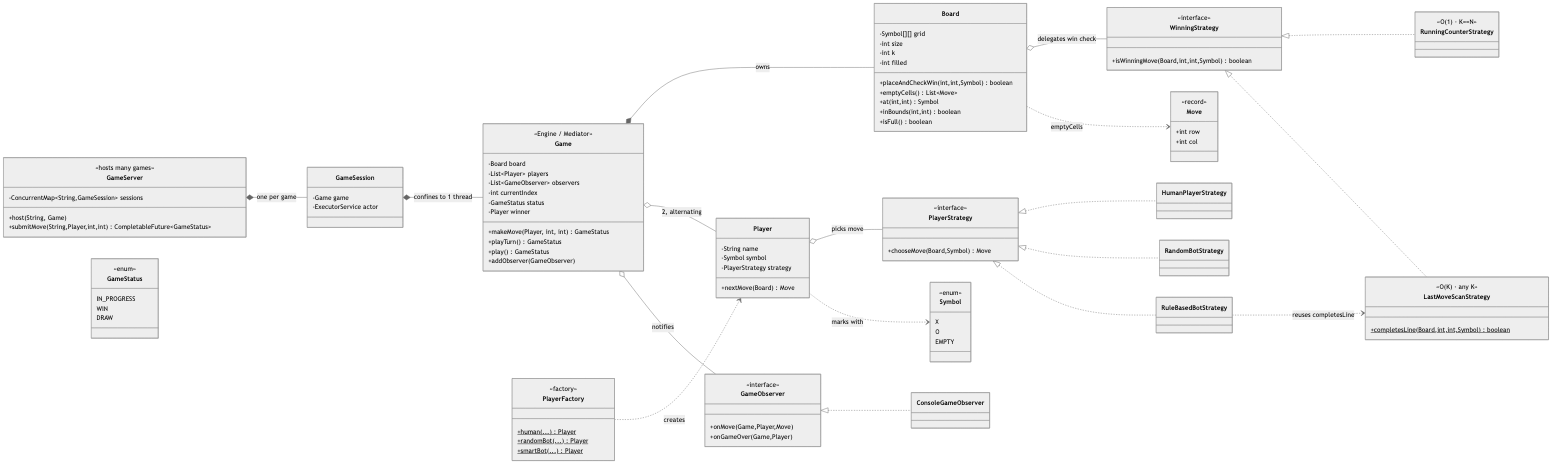
Earlier version of the Mermaid export src/MachineCoding_LLD/LLD_Interview_Problems/_03_Easy_TicTacToe/assets/class-diagram.png (AlvinBAnerjee/Interview_and_Competitive_Programming). Its source is kept beside it as src/MachineCoding_LLD/LLD_Interview_Problems/_03_Easy_TicTacToe/assets/class-diagram.mmd. The source it was exported from:
```mermaid
%%{init: {'theme':'neutral', 'themeVariables': {'fontSize':'15px'}, 'flowchart': {'curve':'basis'}}}%%
classDiagram
    direction LR

    class Game {
        <<Engine / Mediator>>
        -Board board
        -List~Player~ players
        -List~GameObserver~ observers
        -int currentIndex
        -GameStatus status
        -Player winner
        +makeMove(Player, int, int) GameStatus
        +playTurn() GameStatus
        +play() GameStatus
        +addObserver(GameObserver)
    }

    class Board {
        -Symbol[][] grid
        -int size
        -int k
        -int filled
        +placeAndCheckWin(int,int,Symbol) boolean
        +emptyCells() List~Move~
        +at(int,int) Symbol
        +inBounds(int,int) boolean
        +isFull() boolean
    }

    class WinningStrategy {
        <<interface>>
        +isWinningMove(Board,int,int,Symbol) boolean
    }
    class RunningCounterStrategy {
        <<O(1) · K==N>>
    }
    class LastMoveScanStrategy {
        <<O(K) · any K>>
        +completesLine(Board,int,int,Symbol)$ boolean
    }

    class Player {
        -String name
        -Symbol symbol
        -PlayerStrategy strategy
        +nextMove(Board) Move
    }
    class PlayerStrategy {
        <<interface>>
        +chooseMove(Board,Symbol) Move
    }
    class HumanPlayerStrategy
    class RandomBotStrategy
    class RuleBasedBotStrategy

    class GameObserver {
        <<interface>>
        +onMove(Game,Player,Move)
        +onGameOver(Game,Player)
    }
    class ConsoleGameObserver

    class PlayerFactory {
        <<factory>>
        +human(...)$ Player
        +randomBot(...)$ Player
        +smartBot(...)$ Player
    }

    class GameServer {
        <<hosts many games>>
        -ConcurrentMap~String,GameSession~ sessions
        +host(String, Game)
        +submitMove(String,Player,int,int) CompletableFuture~GameStatus~
    }
    class GameSession {
        -Game game
        -ExecutorService actor
    }

    class Move {
        <<record>>
        +int row
        +int col
    }
    class Symbol {
        <<enum>>
        X
        O
        EMPTY
    }
    class GameStatus {
        <<enum>>
        IN_PROGRESS
        WIN
        DRAW
    }

    WinningStrategy <|.. RunningCounterStrategy
    WinningStrategy <|.. LastMoveScanStrategy
    PlayerStrategy <|.. HumanPlayerStrategy
    PlayerStrategy <|.. RandomBotStrategy
    PlayerStrategy <|.. RuleBasedBotStrategy
    GameObserver <|.. ConsoleGameObserver

    Game *-- Board : owns
    Game o-- Player : 2, alternating
    Game o-- GameObserver : notifies
    Board o-- WinningStrategy : delegates win check
    Player o-- PlayerStrategy : picks move
    RuleBasedBotStrategy ..> LastMoveScanStrategy : reuses completesLine
    PlayerFactory ..> Player : creates
    GameServer *-- GameSession : one per game
    GameSession *-- Game : confines to 1 thread
    Board ..> Move : emptyCells
    Player ..> Symbol : marks with
```
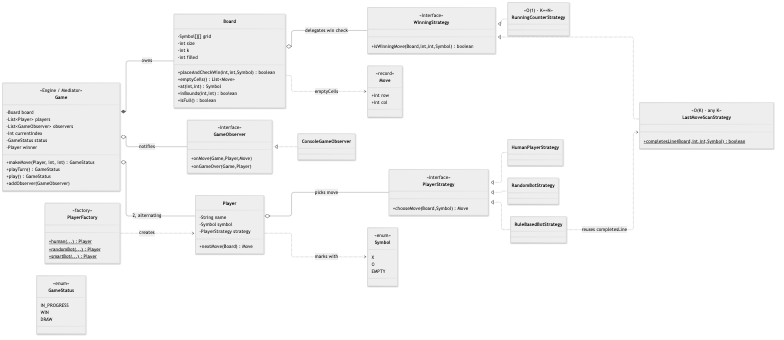
After the change.

Commit message:
Simplify Tic-Tac-Toe by cutting the speculative GameServer concurrency layer

Change to the diagram source:
```diff
@@ -68,17 +68,6 @@
         +smartBot(...)$ Player
     }
 
-    class GameServer {
-        <<hosts many games>>
-        -ConcurrentMap~String,GameSession~ sessions
-        +host(String, Game)
-        +submitMove(String,Player,int,int) CompletableFuture~GameStatus~
-    }
-    class GameSession {
-        -Game game
-        -ExecutorService actor
-    }
-
     class Move {
         <<record>>
         +int row
@@ -111,7 +100,5 @@
     Player o-- PlayerStrategy : picks move
     RuleBasedBotStrategy ..> LastMoveScanStrategy : reuses completesLine
     PlayerFactory ..> Player : creates
-    GameServer *-- GameSession : one per game
-    GameSession *-- Game : confines to 1 thread
     Board ..> Move : emptyCells
     Player ..> Symbol : marks with
```
